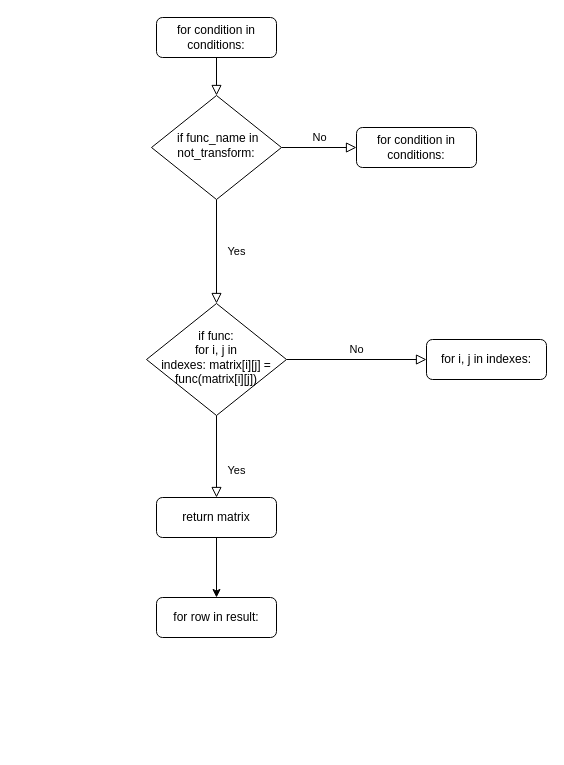
The draw.io diagram future code4.drawio in 16savage/Kavtarev-Artem-Algoritm, before the edit. Source tidied: cells renumbered, new cells numbered last; positions are measured from the earlier drawing's top-left corner, leaving out a move shared by most shapes. Both pictures are drawn from the tidied source at 100%, with x=0, y=0 at pixel (146, 17).
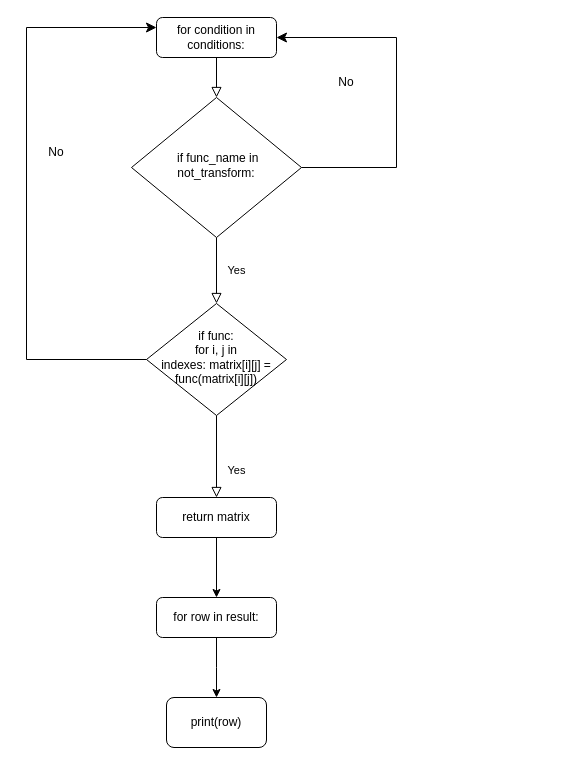
After the change.

Unchanged cells that the change refers to:
```xml
<mxCell id="3" value="for condition in conditions:" style="rounded=1;whiteSpace=wrap;html=1;fontSize=12;glass=0;strokeWidth=1;shadow=0;" parent="1" vertex="1">
  <mxGeometry x="10" width="120" height="40" as="geometry" />
</mxCell>
<mxCell id="10" value="&lt;div&gt;if func:&lt;/div&gt;&lt;div&gt;&lt;span style=&quot;background-color: initial;&quot;&gt;for i, j in indexes:&amp;nbsp;&lt;/span&gt;&lt;span style=&quot;background-color: initial;&quot;&gt;matrix[i][j] = func(matrix[i][j])&lt;/span&gt;&lt;/div&gt;" style="rhombus;whiteSpace=wrap;html=1;shadow=0;fontFamily=Helvetica;fontSize=12;align=center;strokeWidth=1;spacing=6;spacingTop=-4;" parent="1" vertex="1">
  <mxGeometry y="286" width="140" height="112" as="geometry" />
</mxCell>
<mxCell id="14" value="for row in result:" style="rounded=1;whiteSpace=wrap;html=1;" parent="1" vertex="1">
  <mxGeometry x="10" y="580" width="120" height="40" as="geometry" />
</mxCell>
```

The edit, as a diff of the source:
```diff
@@
-    <mxCell id="5" value="No" style="edgeStyle=orthogonalEdgeStyle;rounded=0;html=1;jettySize=auto;fontSize=11;endArrow=block;endFill=0;endSize=8;strokeWidth=1;shadow=0;labelBackgroundColor=none;" parent="1" edge="1" source="6" target="7">
-      <mxGeometry y="10" relative="1" as="geometry" />
-    </mxCell>
     <mxCell id="6" value="&amp;nbsp;if func_name in not_transform:" style="rhombus;whiteSpace=wrap;html=1;shadow=0;fontFamily=Helvetica;fontSize=12;align=center;strokeWidth=1;spacing=6;spacingTop=-4;" parent="1" vertex="1">
-      <mxGeometry x="5" y="78" width="130" height="104" as="geometry" />
+      <mxGeometry x="-15" y="80" width="170" height="140" as="geometry" />
     </mxCell>
-    <mxCell id="7" value="for condition in conditions:" style="rounded=1;whiteSpace=wrap;html=1;fontSize=12;glass=0;strokeWidth=1;shadow=0;" parent="1" vertex="1">
-      <mxGeometry x="210" y="110" width="120" height="40" as="geometry" />
-    </mxCell>
@@
-    <mxCell id="9" value="No" style="edgeStyle=orthogonalEdgeStyle;rounded=0;html=1;jettySize=auto;fontSize=11;endArrow=block;endFill=0;endSize=8;strokeWidth=1;shadow=0;labelBackgroundColor=none;" parent="1" edge="1" source="10" target="12">
-      <mxGeometry y="10" relative="1" as="geometry" />
-    </mxCell>
@@
-    <mxCell id="12" value="for i, j in indexes:" style="rounded=1;whiteSpace=wrap;html=1;fontSize=12;glass=0;strokeWidth=1;shadow=0;" parent="1" vertex="1">
-      <mxGeometry x="280" y="322" width="120" height="40" as="geometry" />
-    </mxCell>
@@
+    <mxCell id="15" style="edgeStyle=orthogonalEdgeStyle;rounded=0;jettySize=auto;html=1;" parent="1" edge="1" source="14">
+      <mxGeometry relative="1" as="geometry">
+        <mxPoint x="70" y="680" as="targetPoint" />
+      </mxGeometry>
+    </mxCell>
@@
+    <mxCell id="16" style="edgeStyle=elbowEdgeStyle;elbow=horizontal;endArrow=classic;html=1;curved=0;rounded=0;endSize=8;startSize=8;entryX=1;entryY=0.5;entryDx=0;entryDy=0;" parent="1" edge="1" target="3">
+      <mxGeometry relative="1" as="geometry">
+        <mxPoint x="155" y="150" as="sourcePoint" />
+        <Array as="points">
+          <mxPoint x="250" y="102" />
+          <mxPoint x="260" y="92" />
+        </Array>
+      </mxGeometry>
+    </mxCell>
+    <mxCell id="17" value="No" style="text;html=1;align=center;verticalAlign=middle;whiteSpace=wrap;rounded=0;" parent="1" vertex="1">
+      <mxGeometry x="170" y="50" width="60" height="30" as="geometry" />
+    </mxCell>
+    <mxCell id="18" style="edgeStyle=elbowEdgeStyle;elbow=horizontal;endArrow=classic;html=1;curved=0;rounded=0;endSize=8;startSize=8;exitX=0;exitY=0.5;exitDx=0;exitDy=0;entryX=0;entryY=0.25;entryDx=0;entryDy=0;" parent="1" edge="1" source="10" target="3">
+      <mxGeometry relative="1" as="geometry">
+        <Array as="points">
+          <mxPoint x="-120" y="190" />
+        </Array>
+      </mxGeometry>
+    </mxCell>
+    <mxCell id="19" value="No" style="text;html=1;align=center;verticalAlign=middle;whiteSpace=wrap;rounded=0;" parent="1" vertex="1">
+      <mxGeometry x="-120" y="120" width="60" height="30" as="geometry" />
+    </mxCell>
+    <mxCell id="20" value="print(row)" style="rounded=1;whiteSpace=wrap;html=1;" parent="1" vertex="1">
+      <mxGeometry x="20" y="680" width="100" height="50" as="geometry" />
+    </mxCell>
```
